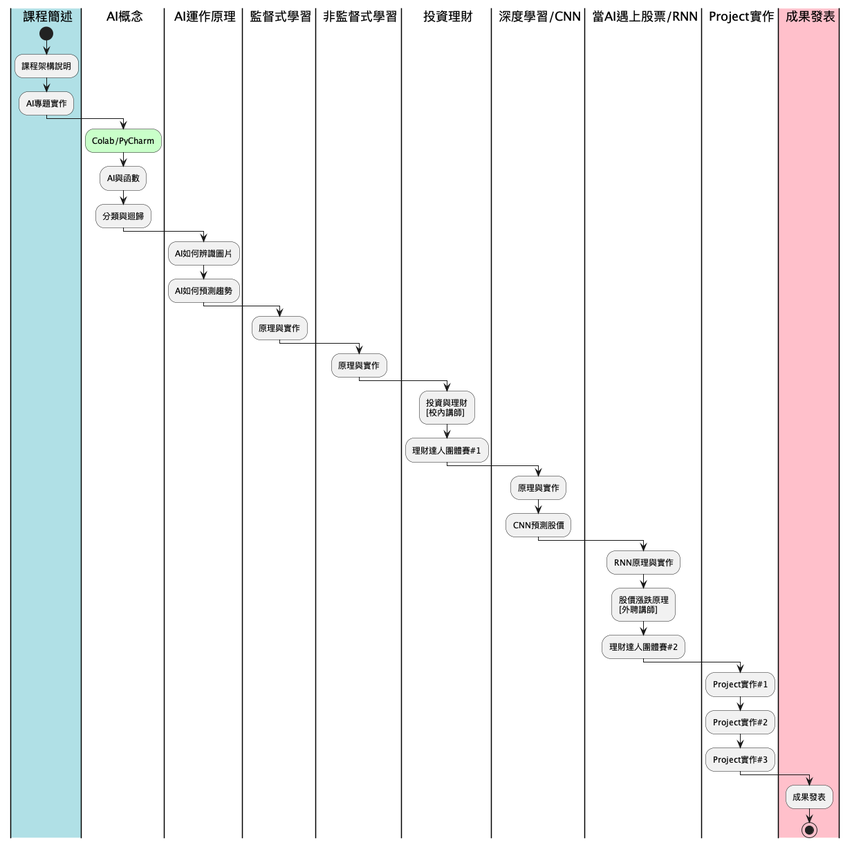
The PlantUML diagram images/plantuml-4.png in letranger/AI, before a commit.
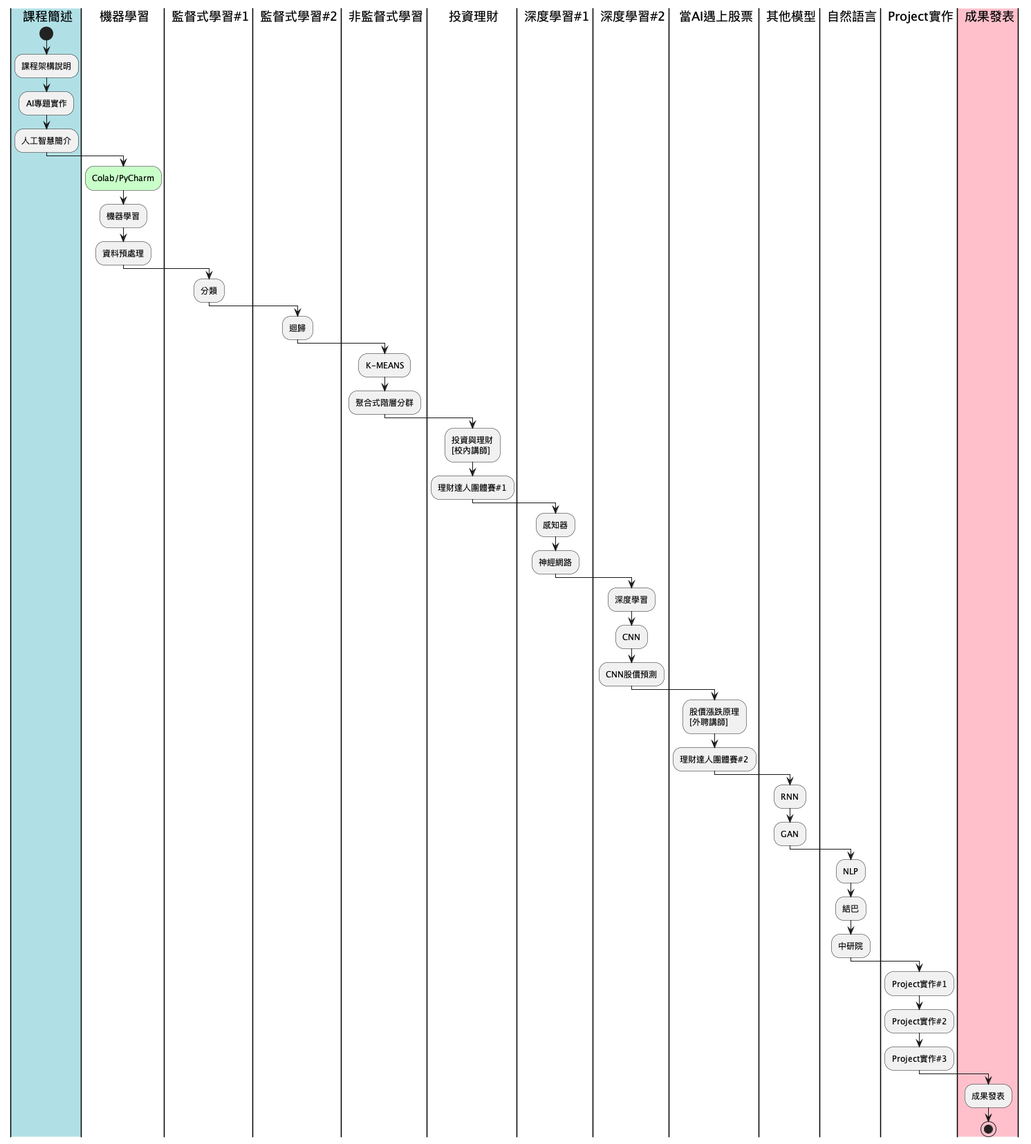
The same file after the commit.

The edit, as a diff of the source:
```diff
@@ -1,44 +1,58 @@
 @startuml
 |#PowderBlue|0| 課程簡述
-|1| AI概念
-|2| AI運作原理
-|3| 監督式學習
-|4| 非監督式學習
-|4.5| 投資理財
-|5| 深度學習/CNN
-|6| 當AI遇上股票/RNN
-|8| Project實作
-|#pink|9| 成果發表
+|1| 機器學習
+|2| 監督式學習#1
+|2.5| 監督式學習#2
+|3| 非監督式學習
+|4| 投資理財
+|5| 深度學習#1
+|6| 深度學習#2
+|7| 當AI遇上股票
+|8| 其他模型
+|9| 自然語言
+|10| Project實作
+|#pink|11| 成果發表
 |0|
 start
 :課程架構說明;
 :AI專題實作;
+:人工智慧簡介;
 |1|
 #TECHNOLOGY:Colab/PyCharm;
-:AI與函數;
-:分類與迴歸;
+:機器學習;
+:資料預處理;
 |2|
-:AI如何辨識圖片;
-:AI如何預測趨勢;
+:分類;
+|2.5|
+:迴歸;
 |3|
-:原理與實作;
+:K-MEANS;
+:聚合式階層分群;
 |4|
-:原理與實作;
-|4.5|
 :投資與理財\n[校內講師];
 :理財達人團體賽#1;
 |5|
-:原理與實作;
-:CNN預測股價;
+:感知器;
+:神經網路;
 |6|
-:RNN原理與實作;
+:深度學習;
+:CNN;
+:CNN股價預測;
+|7|
 :股價漲跌原理\n[外聘講師];
 :理財達人團體賽#2;
 |8|
+:RNN;
+:GAN;
+|9|
+:NLP;
+:結巴;
+:中研院;
+|10|
 :Project實作#1;
 :Project實作#2;
 :Project實作#3;
-|9|
+|11|
 :成果發表;
 stop
 @enduml
```
